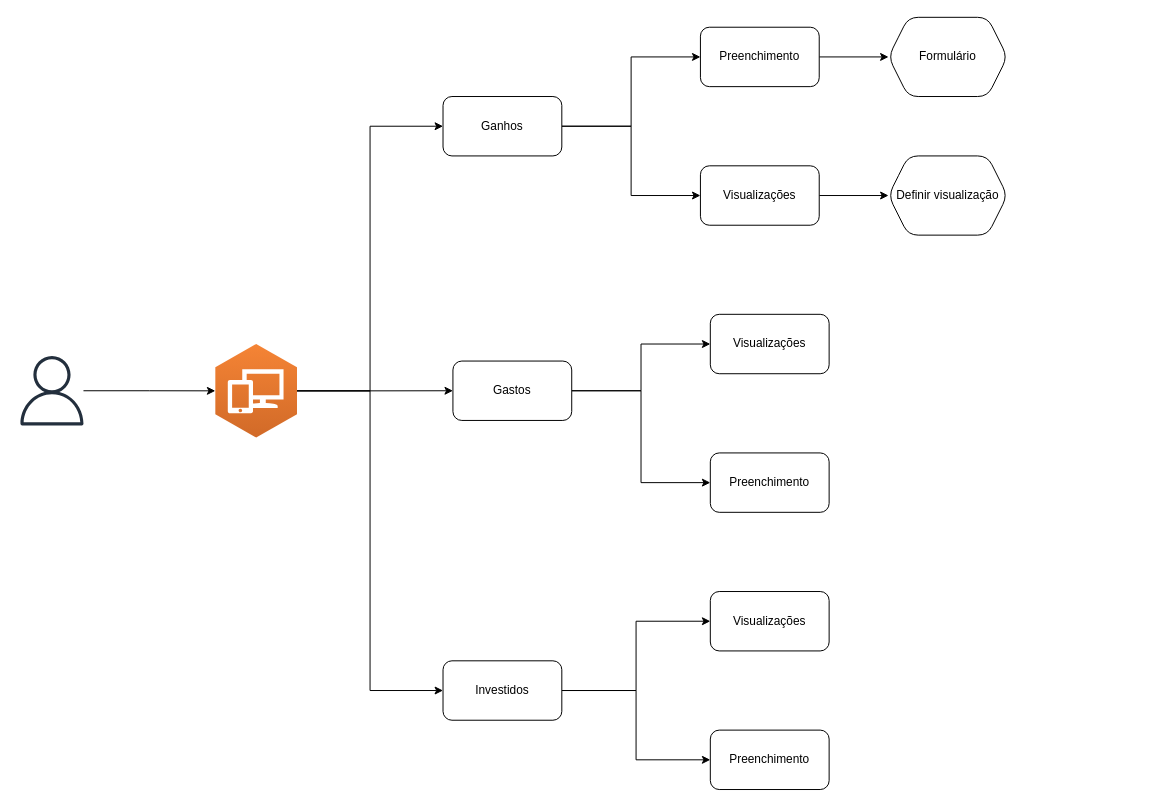
The draw.io diagram Diagrama sem nome.drawio in victorramos887/apis, before the edit. Source tidied: cells renumbered, new cells numbered last; positions are measured from the earlier drawing's top-left corner, leaving out a move shared by most shapes. Both pictures are drawn from the tidied source at 99%, with x=0, y=0 at pixel (17, 17). Pictures stored in the file or linked from it are replaced by grey dashed boxes.
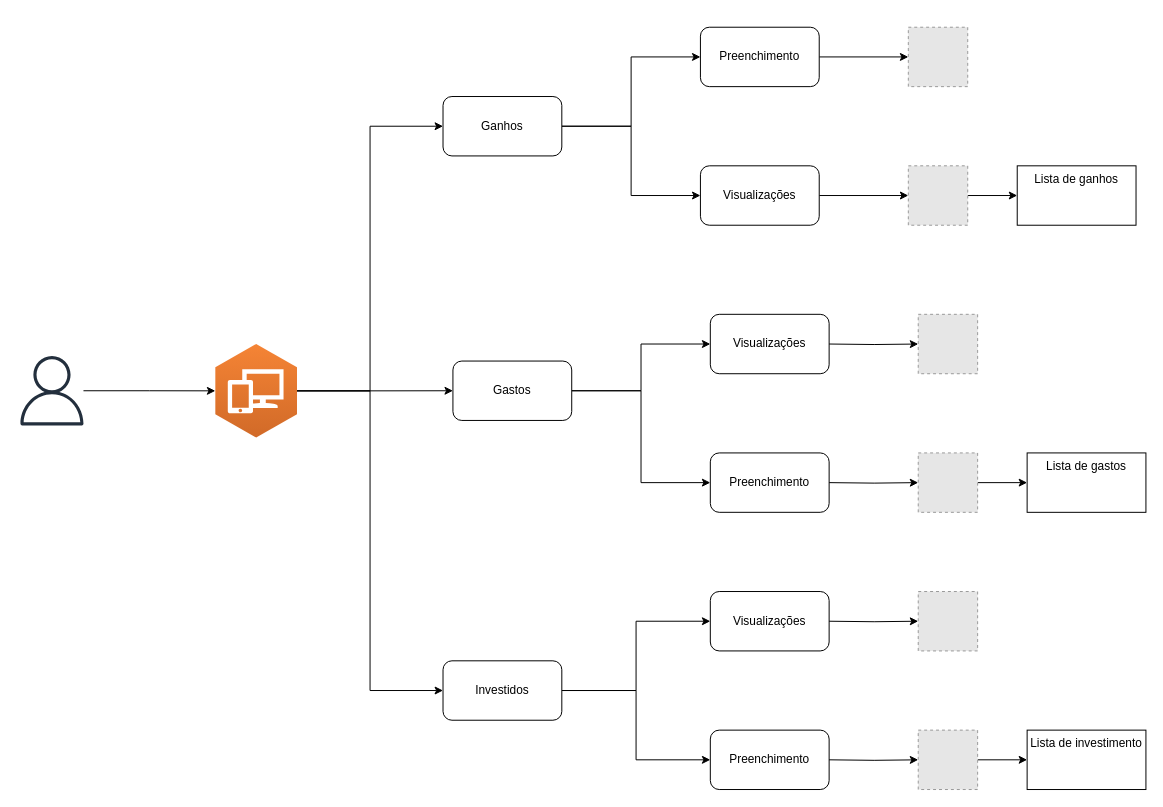
Above is the later version.

Unchanged cells that the change refers to:
```xml
<mxCell id="18" value="Preenchimento" style="rounded=1;whiteSpace=wrap;html=1;strokeColor=#000000;fillColor=default;gradientColor=none;" parent="1" vertex="1">
  <mxGeometry x="690" y="10" width="120" height="60" as="geometry" />
</mxCell>
<mxCell id="20" value="Visualizações" style="rounded=1;whiteSpace=wrap;html=1;strokeColor=#000000;fillColor=default;gradientColor=none;" parent="1" vertex="1">
  <mxGeometry x="690" y="150" width="120" height="60" as="geometry" />
</mxCell>
```

Diff of the diagram source:
```diff
@@
-    <mxCell id="17" style="edgeStyle=orthogonalEdgeStyle;rounded=0;jettySize=auto;html=1;" parent="1" edge="1" source="18" target="25">
-      <mxGeometry relative="1" as="geometry" />
-    </mxCell>
+    <mxCell id="27" style="edgeStyle=orthogonalEdgeStyle;rounded=0;jettySize=auto;html=1;entryX=0;entryY=0.5;entryDx=0;entryDy=0;" parent="1" edge="1" source="18" target="29">
+      <mxGeometry relative="1" as="geometry" />
+    </mxCell>
@@
-    <mxCell id="19" style="edgeStyle=orthogonalEdgeStyle;rounded=0;jettySize=auto;html=1;" parent="1" edge="1" source="20" target="26">
-      <mxGeometry relative="1" as="geometry" />
-    </mxCell>
+    <mxCell id="28" style="edgeStyle=orthogonalEdgeStyle;rounded=0;jettySize=auto;html=1;" parent="1" edge="1" source="20" target="31">
+      <mxGeometry relative="1" as="geometry" />
+    </mxCell>
@@
-    <mxCell id="25" value="Formulário" style="shape=hexagon;perimeter=hexagonPerimeter2;whiteSpace=wrap;html=1;fixedSize=1;strokeColor=#000000;rounded=1;gradientColor=none;" parent="1" vertex="1">
-      <mxGeometry x="880" width="120" height="80" as="geometry" />
-    </mxCell>
-    <mxCell id="26" value="Definir visualização" style="shape=hexagon;perimeter=hexagonPerimeter2;whiteSpace=wrap;html=1;fixedSize=1;strokeColor=#000000;rounded=1;gradientColor=none;" parent="1" vertex="1">
-      <mxGeometry x="880" y="140" width="120" height="80" as="geometry" />
-    </mxCell>
+    <mxCell id="29" style="fillColor=#E6E6E6;strokeColor=#999999;dashed=1;html=1;verticalAlign=top;verticalLabelPosition=bottom;labelBackgroundColor=#ffffff;" parent="1" vertex="1">
+      <mxGeometry x="900" y="10" width="60" height="60" as="geometry" />
+    </mxCell>
+    <mxCell id="30" style="edgeStyle=orthogonalEdgeStyle;rounded=0;jettySize=auto;html=1;" parent="1" edge="1" source="31" target="32">
+      <mxGeometry relative="1" as="geometry" />
+    </mxCell>
+    <mxCell id="31" style="fillColor=#E6E6E6;strokeColor=#999999;dashed=1;html=1;verticalAlign=top;verticalLabelPosition=bottom;labelBackgroundColor=#ffffff;" parent="1" vertex="1">
+      <mxGeometry x="900" y="150" width="60" height="60" as="geometry" />
+    </mxCell>
+    <mxCell id="32" value="Lista de ganhos" style="whiteSpace=wrap;html=1;verticalAlign=top;strokeColor=#000000;labelBackgroundColor=#ffffff;gradientColor=none;strokeWidth=1;" parent="1" vertex="1">
+      <mxGeometry x="1010" y="150" width="120" height="60" as="geometry" />
+    </mxCell>
+    <mxCell id="33" style="edgeStyle=orthogonalEdgeStyle;rounded=0;jettySize=auto;html=1;entryX=0;entryY=0.5;entryDx=0;entryDy=0;" parent="1" edge="1" target="35">
+      <mxGeometry relative="1" as="geometry">
+        <mxPoint x="820" y="330" as="sourcePoint" />
+      </mxGeometry>
+    </mxCell>
+    <mxCell id="34" style="edgeStyle=orthogonalEdgeStyle;rounded=0;jettySize=auto;html=1;" parent="1" edge="1" target="37">
+      <mxGeometry relative="1" as="geometry">
+        <mxPoint x="820" y="470" as="sourcePoint" />
+      </mxGeometry>
+    </mxCell>
+    <mxCell id="35" style="fillColor=#E6E6E6;strokeColor=#999999;dashed=1;html=1;verticalAlign=top;verticalLabelPosition=bottom;labelBackgroundColor=#ffffff;" parent="1" vertex="1">
+      <mxGeometry x="910" y="300" width="60" height="60" as="geometry" />
+    </mxCell>
+    <mxCell id="36" style="edgeStyle=orthogonalEdgeStyle;rounded=0;jettySize=auto;html=1;" parent="1" edge="1" source="37" target="38">
+      <mxGeometry relative="1" as="geometry" />
+    </mxCell>
+    <mxCell id="37" style="fillColor=#E6E6E6;strokeColor=#999999;dashed=1;html=1;verticalAlign=top;verticalLabelPosition=bottom;labelBackgroundColor=#ffffff;" parent="1" vertex="1">
+      <mxGeometry x="910" y="440" width="60" height="60" as="geometry" />
+    </mxCell>
+    <mxCell id="38" value="Lista de gastos" style="whiteSpace=wrap;html=1;verticalAlign=top;strokeColor=#000000;labelBackgroundColor=#ffffff;gradientColor=none;strokeWidth=1;" parent="1" vertex="1">
+      <mxGeometry x="1020" y="440" width="120" height="60" as="geometry" />
+    </mxCell>
+    <mxCell id="39" style="edgeStyle=orthogonalEdgeStyle;rounded=0;jettySize=auto;html=1;entryX=0;entryY=0.5;entryDx=0;entryDy=0;" parent="1" edge="1" target="41">
+      <mxGeometry relative="1" as="geometry">
+        <mxPoint x="820" y="610" as="sourcePoint" />
+      </mxGeometry>
+    </mxCell>
+    <mxCell id="40" style="edgeStyle=orthogonalEdgeStyle;rounded=0;jettySize=auto;html=1;" parent="1" edge="1" target="43">
+      <mxGeometry relative="1" as="geometry">
+        <mxPoint x="820" y="750" as="sourcePoint" />
+      </mxGeometry>
+    </mxCell>
+    <mxCell id="41" style="fillColor=#E6E6E6;strokeColor=#999999;dashed=1;html=1;verticalAlign=top;verticalLabelPosition=bottom;labelBackgroundColor=#ffffff;" parent="1" vertex="1">
+      <mxGeometry x="910" y="580" width="60" height="60" as="geometry" />
+    </mxCell>
+    <mxCell id="42" style="edgeStyle=orthogonalEdgeStyle;rounded=0;jettySize=auto;html=1;" parent="1" edge="1" source="43" target="44">
+      <mxGeometry relative="1" as="geometry" />
+    </mxCell>
+    <mxCell id="43" style="fillColor=#E6E6E6;strokeColor=#999999;dashed=1;html=1;verticalAlign=top;verticalLabelPosition=bottom;labelBackgroundColor=#ffffff;" parent="1" vertex="1">
+      <mxGeometry x="910" y="720" width="60" height="60" as="geometry" />
+    </mxCell>
+    <mxCell id="44" value="Lista de investimento" style="whiteSpace=wrap;html=1;verticalAlign=top;strokeColor=#000000;labelBackgroundColor=#ffffff;gradientColor=none;strokeWidth=1;" parent="1" vertex="1">
+      <mxGeometry x="1020" y="720" width="120" height="60" as="geometry" />
+    </mxCell>
```
